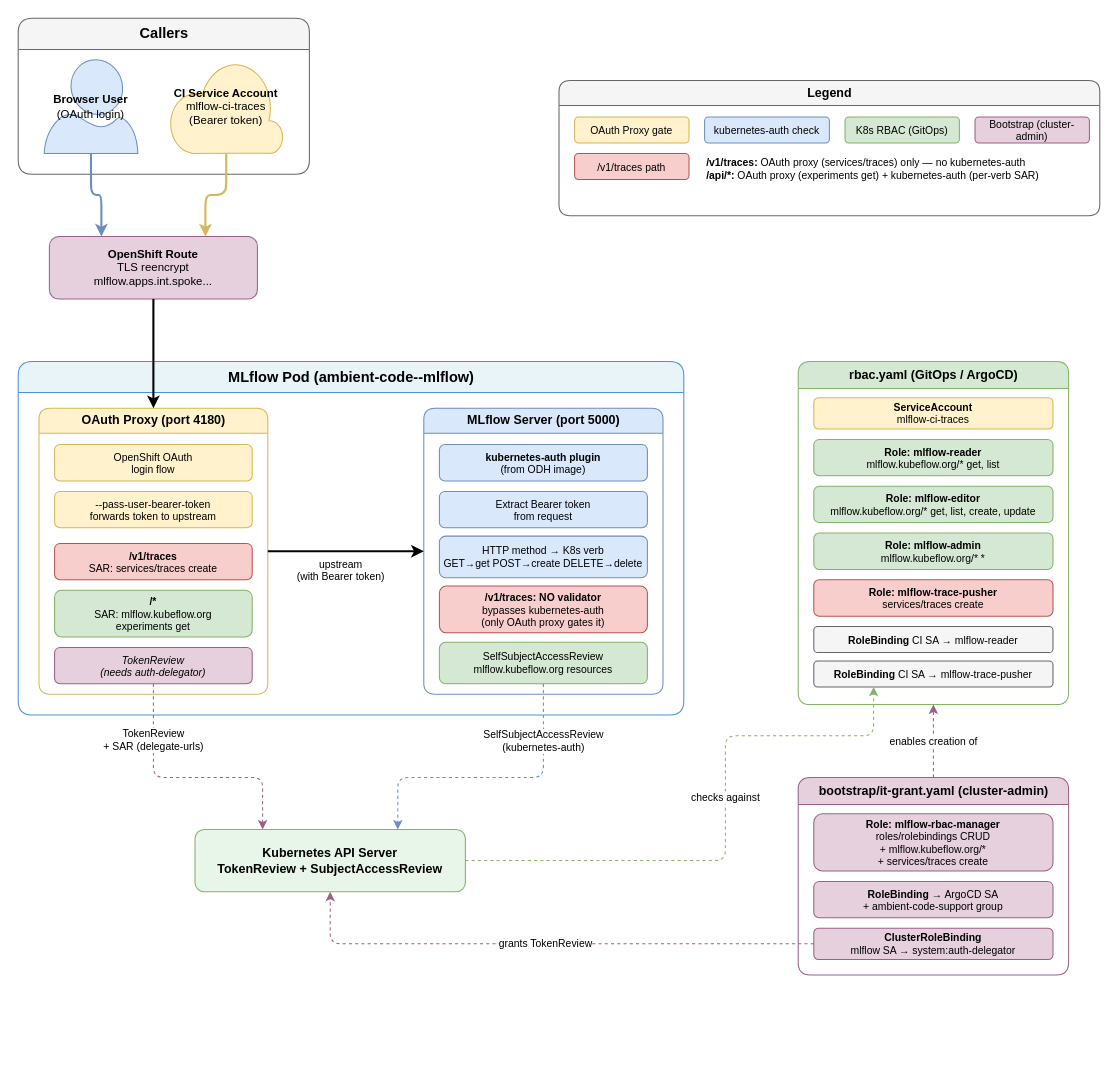
red-hat-data-services/mlflow-deployment keeps this draw.io diagram as docs/architecture.drawio. Above is the earlier version. Source tidied: cells renumbered, new cells numbered last; positions are measured from the earlier drawing's top-left corner, leaving out a move shared by most shapes. Both pictures are drawn from the tidied source at 104%, with x=0, y=0 at pixel (18, 18).
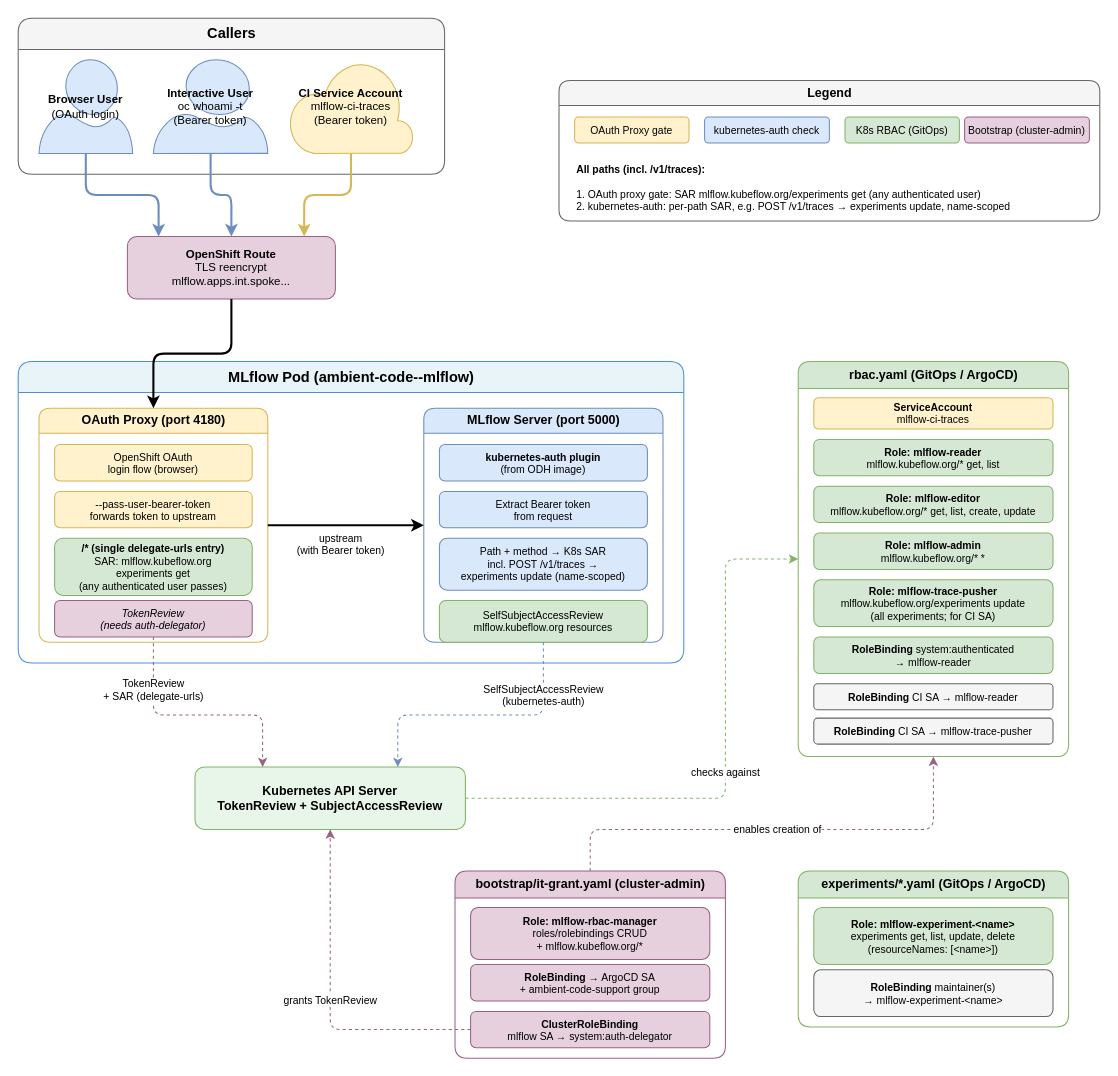
The same page after the edit.

Commit message (it also covers changes not shown here):
Update architecture diagram: single OAuth-proxy gate, /v1/traces via k8s-auth

The edit, as a diff of the source:
```diff
@@
     <mxCell id="2" value="Callers" style="swimlane;startSize=30;fillColor=#f5f5f5;strokeColor=#666666;html=1;rounded=1;fontSize=14;fontStyle=1;" parent="1" vertex="1">
-      <mxGeometry width="280" height="150" as="geometry" />
+      <mxGeometry width="410" height="150" as="geometry" />
     </mxCell>
     <mxCell id="3" value="&lt;b&gt;Browser User&lt;/b&gt;&#10;(OAuth login)" style="shape=mxgraph.azure.user;whiteSpace=wrap;html=1;fillColor=#dae8fc;strokeColor=#6c8ebf;fontSize=11;" parent="2" vertex="1">
-      <mxGeometry x="25" y="40" width="90" height="90" as="geometry" />
+      <mxGeometry x="20" y="40" width="90" height="90" as="geometry" />
     </mxCell>
+    <mxCell id="48" value="&lt;b&gt;Interactive User&lt;/b&gt;&#10;oc whoami -t&#10;(Bearer token)" style="shape=mxgraph.azure.user;whiteSpace=wrap;html=1;fillColor=#dae8fc;strokeColor=#6c8ebf;fontSize=11;" parent="2" vertex="1">
+      <mxGeometry x="130" y="40" width="110" height="90" as="geometry" />
+    </mxCell>
     <mxCell id="4" value="&lt;b&gt;CI Service Account&lt;/b&gt;&#10;mlflow-ci-traces&#10;(Bearer token)" style="shape=mxgraph.azure.cloud;whiteSpace=wrap;html=1;fillColor=#fff2cc;strokeColor=#d6b656;fontSize=11;" parent="2" vertex="1">
-      <mxGeometry x="145" y="40" width="110" height="90" as="geometry" />
+      <mxGeometry x="260" y="40" width="120" height="90" as="geometry" />
     </mxCell>
     <mxCell id="5" value="&lt;b&gt;OpenShift Route&lt;/b&gt;&#10;TLS reencrypt&#10;mlflow.apps.int.spoke..." style="rounded=1;whiteSpace=wrap;html=1;fillColor=#e6d0de;strokeColor=#996185;fontSize=11;" parent="1" vertex="1">
-      <mxGeometry x="30" y="210" width="200" height="60" as="geometry" />
+      <mxGeometry x="105" y="210" width="200" height="60" as="geometry" />
     </mxCell>
     <mxCell id="6" value="MLflow Pod (ambient-code--mlflow)" style="swimlane;startSize=30;fillColor=#e8f4f8;strokeColor=#4a90d9;html=1;rounded=1;fontSize=14;fontStyle=1;" parent="1" vertex="1">
-      <mxGeometry y="330" width="640" height="340" as="geometry" />
+      <mxGeometry y="330" width="640" height="290" as="geometry" />
     </mxCell>
     <mxCell id="7" value="&lt;b&gt;OAuth Proxy&lt;/b&gt; (port 4180)" style="swimlane;startSize=24;fillColor=#fff2cc;strokeColor=#d6b656;html=1;rounded=1;fontSize=12;fontStyle=1;" parent="6" vertex="1">
-      <mxGeometry x="20" y="45" width="220" height="275" as="geometry" />
+      <mxGeometry x="20" y="45" width="220" height="225" as="geometry" />
     </mxCell>
-    <mxCell id="8" value="OpenShift OAuth&#10;login flow" style="rounded=1;whiteSpace=wrap;html=1;fillColor=#fff2cc;strokeColor=#d6b656;fontSize=10;" parent="7" vertex="1">
+    <mxCell id="8" value="OpenShift OAuth&#10;login flow (browser)" style="rounded=1;whiteSpace=wrap;html=1;fillColor=#fff2cc;strokeColor=#d6b656;fontSize=10;" parent="7" vertex="1">
       <mxGeometry x="15" y="35" width="190" height="35" as="geometry" />
     </mxCell>
@@
-    <mxCell id="10" value="&lt;b&gt;/v1/traces&lt;/b&gt;&#10;SAR: services/traces create" style="rounded=1;whiteSpace=wrap;html=1;fillColor=#f8cecc;strokeColor=#b85450;fontSize=10;" parent="7" vertex="1">
-      <mxGeometry x="15" y="130" width="190" height="35" as="geometry" />
-    </mxCell>
-    <mxCell id="11" value="&lt;b&gt;/*&lt;/b&gt;&#10;SAR: mlflow.kubeflow.org&#10;experiments get" style="rounded=1;whiteSpace=wrap;html=1;fillColor=#d5e8d4;strokeColor=#82b366;fontSize=10;" parent="7" vertex="1">
-      <mxGeometry x="15" y="175" width="190" height="45" as="geometry" />
+    <mxCell id="11" value="&lt;b&gt;/* (single delegate-urls entry)&lt;/b&gt;&#10;SAR: mlflow.kubeflow.org&#10;experiments get&#10;(any authenticated user passes)" style="rounded=1;whiteSpace=wrap;html=1;fillColor=#d5e8d4;strokeColor=#82b366;fontSize=10;" parent="7" vertex="1">
+      <mxGeometry x="15" y="125" width="190" height="55" as="geometry" />
     </mxCell>
     <mxCell id="12" value="TokenReview&#10;(needs auth-delegator)" style="rounded=1;whiteSpace=wrap;html=1;fillColor=#e6d0de;strokeColor=#996185;fontSize=10;fontStyle=2;" parent="7" vertex="1">
-      <mxGeometry x="15" y="230" width="190" height="35" as="geometry" />
+      <mxGeometry x="15" y="185" width="190" height="35" as="geometry" />
     </mxCell>
     <mxCell id="13" value="&lt;b&gt;MLflow Server&lt;/b&gt; (port 5000)" style="swimlane;startSize=24;fillColor=#dae8fc;strokeColor=#6c8ebf;html=1;rounded=1;fontSize=12;fontStyle=1;" parent="6" vertex="1">
-      <mxGeometry x="390" y="45" width="230" height="275" as="geometry" />
+      <mxGeometry x="390" y="45" width="230" height="225" as="geometry" />
     </mxCell>
@@
-    <mxCell id="16" value="HTTP method &amp;rarr; K8s verb&#10;GET&amp;rarr;get POST&amp;rarr;create DELETE&amp;rarr;delete" style="rounded=1;whiteSpace=wrap;html=1;fillColor=#dae8fc;strokeColor=#6c8ebf;fontSize=10;" parent="13" vertex="1">
-      <mxGeometry x="15" y="123" width="200" height="40" as="geometry" />
+    <mxCell id="16" value="Path + method &amp;rarr; K8s SAR&#10;incl. POST /v1/traces &amp;rarr;&#10;experiments update (name-scoped)" style="rounded=1;whiteSpace=wrap;html=1;fillColor=#dae8fc;strokeColor=#6c8ebf;fontSize=10;" parent="13" vertex="1">
+      <mxGeometry x="15" y="125" width="200" height="50" as="geometry" />
     </mxCell>
     <mxCell id="17" value="SelfSubjectAccessReview&#10;mlflow.kubeflow.org resources" style="rounded=1;whiteSpace=wrap;html=1;fillColor=#d5e8d4;strokeColor=#82b366;fontSize=10;" parent="13" vertex="1">
-      <mxGeometry x="15" y="225" width="200" height="40" as="geometry" />
+      <mxGeometry x="15" y="185" width="200" height="40" as="geometry" />
     </mxCell>
-    <mxCell id="18" value="&lt;b&gt;/v1/traces: NO validator&lt;/b&gt;&#10;bypasses kubernetes-auth&#10;(only OAuth proxy gates it)" style="rounded=1;whiteSpace=wrap;html=1;fillColor=#f8cecc;strokeColor=#b85450;fontSize=10;fontStyle=0;" parent="13" vertex="1">
-      <mxGeometry x="15" y="171" width="200" height="45" as="geometry" />
-    </mxCell>
     <mxCell id="19" value="&lt;b&gt;Kubernetes API Server&lt;/b&gt;&#10;TokenReview + SubjectAccessReview" style="rounded=1;whiteSpace=wrap;html=1;fillColor=#e8f5e9;strokeColor=#82b366;fontSize=12;fontStyle=1;" parent="1" vertex="1">
-      <mxGeometry x="170" y="780" width="260" height="60" as="geometry" />
+      <mxGeometry x="170" y="720" width="260" height="60" as="geometry" />
     </mxCell>
     <mxCell id="20" value="rbac.yaml (GitOps / ArgoCD)" style="swimlane;startSize=26;fillColor=#d5e8d4;strokeColor=#82b366;html=1;rounded=1;fontSize=12;fontStyle=1;" parent="1" vertex="1">
-      <mxGeometry x="750" y="330" width="260" height="330" as="geometry" />
+      <mxGeometry x="750" y="330" width="260" height="380" as="geometry" />
     </mxCell>
@@
-    <mxCell id="25" value="&lt;b&gt;Role: mlflow-trace-pusher&lt;/b&gt;&#10;services/traces create" style="rounded=1;whiteSpace=wrap;html=1;fillColor=#f8cecc;strokeColor=#b85450;fontSize=10;" parent="20" vertex="1">
-      <mxGeometry x="15" y="210" width="230" height="35" as="geometry" />
+    <mxCell id="25" value="&lt;b&gt;Role: mlflow-trace-pusher&lt;/b&gt;&#10;mlflow.kubeflow.org/experiments update&#10;(all experiments; for CI SA)" style="rounded=1;whiteSpace=wrap;html=1;fillColor=#d5e8d4;strokeColor=#82b366;fontSize=10;" parent="20" vertex="1">
+      <mxGeometry x="15" y="210" width="230" height="45" as="geometry" />
     </mxCell>
+    <mxCell id="49" value="&lt;b&gt;RoleBinding&lt;/b&gt; system:authenticated&#10;&amp;rarr; mlflow-reader" style="rounded=1;whiteSpace=wrap;html=1;fillColor=#d5e8d4;strokeColor=#82b366;fontSize=10;" parent="20" vertex="1">
+      <mxGeometry x="15" y="265" width="230" height="35" as="geometry" />
+    </mxCell>
     <mxCell id="26" value="&lt;b&gt;RoleBinding&lt;/b&gt; CI SA &amp;rarr; mlflow-reader" style="rounded=1;whiteSpace=wrap;html=1;fillColor=#f5f5f5;strokeColor=#666666;fontSize=10;" parent="20" vertex="1">
-      <mxGeometry x="15" y="255" width="230" height="25" as="geometry" />
+      <mxGeometry x="15" y="310" width="230" height="25" as="geometry" />
     </mxCell>
     <mxCell id="27" value="&lt;b&gt;RoleBinding&lt;/b&gt; CI SA &amp;rarr; mlflow-trace-pusher" style="rounded=1;whiteSpace=wrap;html=1;fillColor=#f5f5f5;strokeColor=#666666;fontSize=10;" parent="20" vertex="1">
-      <mxGeometry x="15" y="288" width="230" height="25" as="geometry" />
+      <mxGeometry x="15" y="343" width="230" height="25" as="geometry" />
     </mxCell>
+    <mxCell id="50" value="experiments/*.yaml (GitOps / ArgoCD)" style="swimlane;startSize=26;fillColor=#d5e8d4;strokeColor=#82b366;html=1;rounded=1;fontSize=12;fontStyle=1;" parent="1" vertex="1">
+      <mxGeometry x="750" y="820" width="260" height="150" as="geometry" />
+    </mxCell>
+    <mxCell id="51" value="&lt;b&gt;Role: mlflow-experiment-&amp;lt;name&amp;gt;&lt;/b&gt;&#10;experiments get, list, update, delete&#10;(resourceNames: [&amp;lt;name&amp;gt;])" style="rounded=1;whiteSpace=wrap;html=1;fillColor=#d5e8d4;strokeColor=#82b366;fontSize=10;" parent="50" vertex="1">
+      <mxGeometry x="15" y="35" width="230" height="55" as="geometry" />
+    </mxCell>
+    <mxCell id="52" value="&lt;b&gt;RoleBinding&lt;/b&gt; maintainer(s)&#10;&amp;rarr; mlflow-experiment-&amp;lt;name&amp;gt;" style="rounded=1;whiteSpace=wrap;html=1;fillColor=#f5f5f5;strokeColor=#666666;fontSize=10;" parent="50" vertex="1">
+      <mxGeometry x="15" y="95" width="230" height="45" as="geometry" />
+    </mxCell>
     <mxCell id="28" value="bootstrap/it-grant.yaml (cluster-admin)" style="swimlane;startSize=26;fillColor=#e6d0de;strokeColor=#996185;html=1;rounded=1;fontSize=12;fontStyle=1;" parent="1" vertex="1">
-      <mxGeometry x="750" y="730" width="260" height="190" as="geometry" />
+      <mxGeometry x="420" y="820" width="260" height="180" as="geometry" />
     </mxCell>
-    <mxCell id="29" value="&lt;b&gt;Role: mlflow-rbac-manager&lt;/b&gt;&#10;roles/rolebindings CRUD&#10;+ mlflow.kubeflow.org/*&#10;+ services/traces create" style="rounded=1;whiteSpace=wrap;html=1;fillColor=#e6d0de;strokeColor=#996185;fontSize=10;" parent="28" vertex="1">
-      <mxGeometry x="15" y="35" width="230" height="55" as="geometry" />
+    <mxCell id="29" value="&lt;b&gt;Role: mlflow-rbac-manager&lt;/b&gt;&#10;roles/rolebindings CRUD&#10;+ mlflow.kubeflow.org/*" style="rounded=1;whiteSpace=wrap;html=1;fillColor=#e6d0de;strokeColor=#996185;fontSize=10;" parent="28" vertex="1">
+      <mxGeometry x="15" y="35" width="230" height="50" as="geometry" />
     </mxCell>
     <mxCell id="30" value="&lt;b&gt;RoleBinding&lt;/b&gt; &amp;rarr; ArgoCD SA&#10;+ ambient-code-support group" style="rounded=1;whiteSpace=wrap;html=1;fillColor=#e6d0de;strokeColor=#996185;fontSize=10;" parent="28" vertex="1">
-      <mxGeometry x="15" y="100" width="230" height="35" as="geometry" />
+      <mxGeometry x="15" y="90" width="230" height="35" as="geometry" />
     </mxCell>
     <mxCell id="31" value="&lt;b&gt;ClusterRoleBinding&lt;/b&gt;&#10;mlflow SA &amp;rarr; system:auth-delegator" style="rounded=1;whiteSpace=wrap;html=1;fillColor=#e6d0de;strokeColor=#996185;fontSize=10;" parent="28" vertex="1">
-      <mxGeometry x="15" y="145" width="230" height="30" as="geometry" />
+      <mxGeometry x="15" y="135" width="230" height="35" as="geometry" />
     </mxCell>
-    <mxCell id="32" style="edgeStyle=orthogonalEdgeStyle;rounded=1;html=1;strokeWidth=2;strokeColor=#6c8ebf;entryX=0.25;entryY=0;entryDx=0;entryDy=0;" parent="1" edge="1" source="3" target="5">
+    <mxCell id="32" style="edgeStyle=orthogonalEdgeStyle;rounded=1;html=1;strokeWidth=2;strokeColor=#6c8ebf;entryX=0.15;entryY=0;entryDx=0;entryDy=0;" parent="1" edge="1" source="3" target="5">
       <mxGeometry relative="1" as="geometry" />
     </mxCell>
+    <mxCell id="53" style="edgeStyle=orthogonalEdgeStyle;rounded=1;html=1;strokeWidth=2;strokeColor=#6c8ebf;entryX=0.5;entryY=0;entryDx=0;entryDy=0;" parent="1" edge="1" source="48" target="5">
+      <mxGeometry relative="1" as="geometry" />
+    </mxCell>
-    <mxCell id="33" style="edgeStyle=orthogonalEdgeStyle;rounded=1;html=1;strokeWidth=2;strokeColor=#d6b656;entryX=0.75;entryY=0;entryDx=0;entryDy=0;" parent="1" edge="1" source="4" target="5">
+    <mxCell id="33" style="edgeStyle=orthogonalEdgeStyle;rounded=1;html=1;strokeWidth=2;strokeColor=#d6b656;entryX=0.85;entryY=0;entryDx=0;entryDy=0;" parent="1" edge="1" source="4" target="5">
       <mxGeometry relative="1" as="geometry" />
     </mxCell>
@@
     <mxCell id="36" value="TokenReview&#10;+ SAR (delegate-urls)" style="edgeStyle=orthogonalEdgeStyle;rounded=1;html=1;strokeWidth=1;dashed=1;strokeColor=#996185;fontSize=10;exitX=0.5;exitY=1;exitDx=0;exitDy=0;entryX=0.25;entryY=0;entryDx=0;entryDy=0;" parent="1" edge="1" source="12" target="19">
       <mxGeometry x="-0.56" relative="1" as="geometry">
         <Array as="points">
-          <mxPoint x="130" y="730" />
-          <mxPoint x="235" y="730" />
+          <mxPoint x="130" y="670" />
+          <mxPoint x="235" y="670" />
         </Array>
       </mxGeometry>
     </mxCell>
     <mxCell id="37" value="SelfSubjectAccessReview&#10;(kubernetes-auth)" style="edgeStyle=orthogonalEdgeStyle;rounded=1;html=1;strokeWidth=1;dashed=1;strokeColor=#6c8ebf;fontSize=10;exitX=0.5;exitY=1;exitDx=0;exitDy=0;entryX=0.75;entryY=0;entryDx=0;entryDy=0;" parent="1" edge="1" source="17" target="19">
       <mxGeometry x="-0.61" relative="1" as="geometry">
         <Array as="points">
-          <mxPoint x="505" y="730" />
-          <mxPoint x="365" y="730" />
+          <mxPoint x="505" y="670" />
+          <mxPoint x="365" y="670" />
         </Array>
       </mxGeometry>
     </mxCell>
-    <mxCell id="38" value="checks against" style="edgeStyle=orthogonalEdgeStyle;rounded=1;html=1;strokeWidth=1;dashed=1;strokeColor=#82b366;fontSize=10;entryX=0.25;entryY=1;entryDx=0;entryDy=0;" parent="1" edge="1" source="19" target="27">
-      <mxGeometry x="0.11" relative="1" as="geometry">
+    <mxCell id="38" value="checks against" style="edgeStyle=orthogonalEdgeStyle;rounded=1;html=1;strokeWidth=1;dashed=1;strokeColor=#82b366;fontSize=10;entryX=0;entryY=0.5;entryDx=0;entryDy=0;" parent="1" edge="1" source="19" target="20">
+      <mxGeometry relative="1" as="geometry">
         <Array as="points">
-          <mxPoint x="680" y="810" />
-          <mxPoint x="680" y="690" />
-          <mxPoint x="823" y="690" />
+          <mxPoint x="680" y="750" />
+          <mxPoint x="680" y="520" />
         </Array>
       </mxGeometry>
     </mxCell>
-    <mxCell id="39" value="enables creation of" style="edgeStyle=orthogonalEdgeStyle;rounded=1;html=1;strokeWidth=1;dashed=1;strokeColor=#996185;fontSize=10;entryX=0.5;entryY=1;entryDx=0;entryDy=0;" parent="1" edge="1" source="28" target="20">
-      <mxGeometry relative="1" as="geometry" />
+    <mxCell id="39" value="enables creation of" style="edgeStyle=orthogonalEdgeStyle;rounded=1;html=1;strokeWidth=1;dashed=1;strokeColor=#996185;fontSize=10;exitX=0.5;exitY=0;exitDx=0;exitDy=0;entryX=0.5;entryY=1;entryDx=0;entryDy=0;" parent="1" edge="1" source="28" target="20">
+      <mxGeometry relative="1" as="geometry">
+        <Array as="points">
+          <mxPoint x="550" y="780" />
+          <mxPoint x="880" y="780" />
+        </Array>
+      </mxGeometry>
     </mxCell>
@@
     <mxCell id="41" value="Legend" style="swimlane;startSize=24;fillColor=#f5f5f5;strokeColor=#666666;html=1;rounded=1;fontSize=12;fontStyle=1;" parent="1" vertex="1">
-      <mxGeometry x="520" y="60" width="520" height="130" as="geometry" />
+      <mxGeometry x="520" y="60" width="520" height="135" as="geometry" />
     </mxCell>
@@
     <mxCell id="45" value="Bootstrap (cluster-admin)" style="rounded=1;whiteSpace=wrap;html=1;fillColor=#e6d0de;strokeColor=#996185;fontSize=10;" parent="41" vertex="1">
-      <mxGeometry x="400" y="35" width="110" height="25" as="geometry" />
+      <mxGeometry x="390" y="35" width="120" height="25" as="geometry" />
     </mxCell>
-    <mxCell id="46" value="/v1/traces path" style="rounded=1;whiteSpace=wrap;html=1;fillColor=#f8cecc;strokeColor=#b85450;fontSize=10;" parent="41" vertex="1">
-      <mxGeometry x="15" y="70" width="110" height="25" as="geometry" />
-    </mxCell>
-    <mxCell id="47" value="&lt;b&gt;/v1/traces:&lt;/b&gt; OAuth proxy (services/traces) only — no kubernetes-auth&#10;&lt;b&gt;/api/*:&lt;/b&gt; OAuth proxy (experiments get) + kubernetes-auth (per-verb SAR)" style="text;html=1;fontSize=10;align=left;verticalAlign=middle;" parent="41" vertex="1">
-      <mxGeometry x="140" y="65" width="370" height="40" as="geometry" />
+    <mxCell id="47" value="&lt;b&gt;All paths (incl. /v1/traces):&lt;/b&gt;&#10;&#10;1. OAuth proxy gate: SAR mlflow.kubeflow.org/experiments get (any authenticated user)&#10;2. kubernetes-auth: per-path SAR, e.g. POST /v1/traces &amp;rarr; experiments update, name-scoped" style="text;html=1;fontSize=10;align=left;verticalAlign=middle;" parent="41" vertex="1">
+      <mxGeometry x="15" y="65" width="490" height="75" as="geometry" />
     </mxCell>
```
